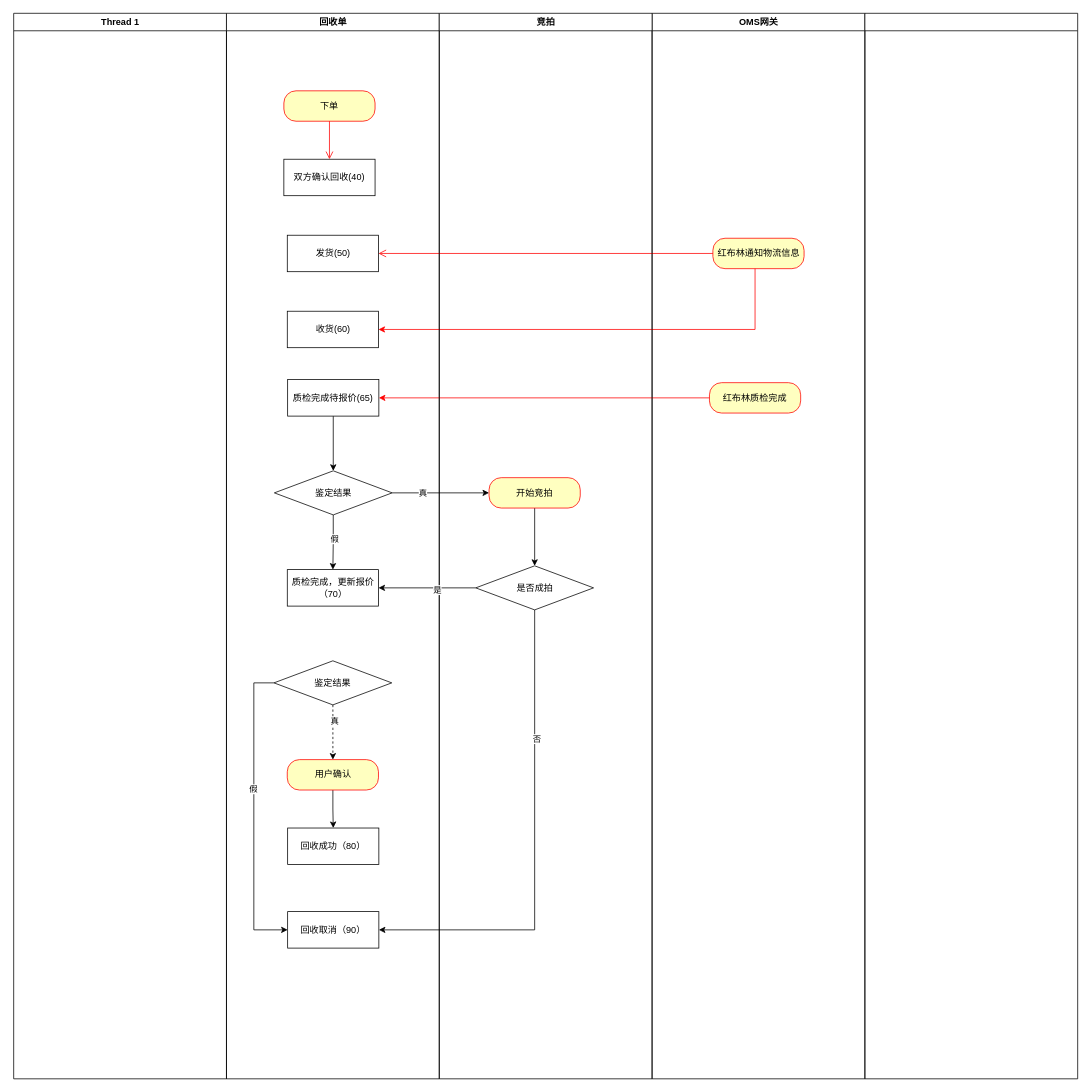
This is c2p/邮寄业务梳理.drawio from liysh5571/zz-uml, a draw.io file, before an edit. Source tidied: cells renumbered, new cells numbered last; positions are measured from the earlier drawing's top-left corner, leaving out a move shared by most shapes. Both pictures are drawn from the tidied source at 76%, with x=0, y=0 at pixel (13, 13).
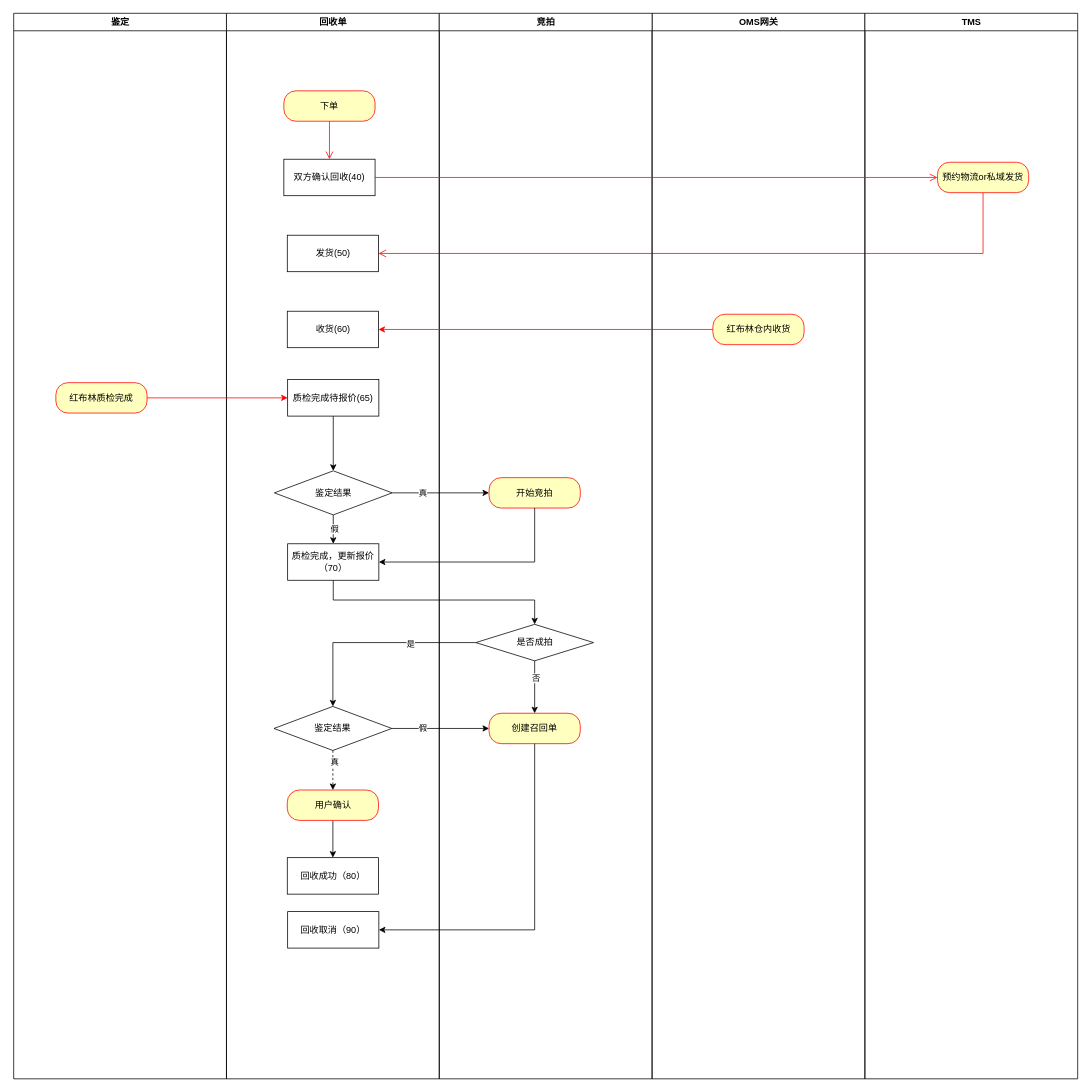
After the change.

Commit message:
更新邮寄业务梳理.drawio

Unchanged cells that the change refers to:
```xml
<mxCell id="3" value="回收单" style="swimlane;whiteSpace=wrap;" parent="1" vertex="1">
  <mxGeometry x="280.5" width="280" height="1402" as="geometry" />
</mxCell>
<mxCell id="4" value="&lt;span style=&quot;text-wrap-mode: nowrap;&quot;&gt;双方确认回收(40)&lt;/span&gt;" style="rounded=0;whiteSpace=wrap;html=1;" parent="3" vertex="1">
  <mxGeometry x="75.5" y="192" width="120" height="48" as="geometry" />
</mxCell>
<mxCell id="5" value="&lt;span style=&quot;text-wrap-mode: nowrap;&quot;&gt;发货(50)&lt;/span&gt;" style="rounded=0;whiteSpace=wrap;html=1;" parent="3" vertex="1">
  <mxGeometry x="80" y="292" width="120" height="48" as="geometry" />
</mxCell>
<mxCell id="6" value="&lt;span style=&quot;text-wrap-mode: nowrap;&quot;&gt;收货(60)&lt;/span&gt;" style="rounded=0;whiteSpace=wrap;html=1;" parent="3" vertex="1">
  <mxGeometry x="80" y="392" width="120" height="48" as="geometry" />
</mxCell>
<mxCell id="8" value="&lt;span style=&quot;text-wrap-mode: nowrap;&quot;&gt;质检完成待报价(65)&lt;/span&gt;" style="rounded=0;whiteSpace=wrap;html=1;" parent="3" vertex="1">
  <mxGeometry x="80.5" y="482" width="120" height="48" as="geometry" />
</mxCell>
<mxCell id="21" value="&lt;span style=&quot;text-wrap-mode: nowrap;&quot;&gt;回收取消（90）&lt;/span&gt;" style="rounded=0;whiteSpace=wrap;html=1;" parent="3" vertex="1">
  <mxGeometry x="80.5" y="1182" width="120" height="48" as="geometry" />
</mxCell>
<mxCell id="22" value="OMS网关" style="swimlane;whiteSpace=wrap;" parent="1" vertex="1">
  <mxGeometry x="840.5" width="280" height="1402" as="geometry" />
</mxCell>
<mxCell id="31" value="竞拍" style="swimlane;whiteSpace=wrap;" parent="1" vertex="1">
  <mxGeometry x="560.5" width="280" height="1402" as="geometry" />
</mxCell>
<mxCell id="33" value="开始竞拍" style="rounded=1;whiteSpace=wrap;html=1;arcSize=40;fontColor=#000000;fillColor=#ffffc0;strokeColor=#ff0000;" parent="31" vertex="1">
  <mxGeometry x="65.5" y="611" width="120" height="40" as="geometry" />
</mxCell>
```

Diff of the diagram source:
```diff
@@
-    <mxCell id="2" value="Thread 1" style="swimlane;whiteSpace=wrap;" parent="1" vertex="1">
+    <mxCell id="2" value="鉴定" style="swimlane;whiteSpace=wrap;" parent="1" vertex="1">
       <mxGeometry x="0.5" width="280" height="1402" as="geometry" />
     </mxCell>
+    <mxCell id="24" value="红布林质检完成" style="rounded=1;whiteSpace=wrap;html=1;arcSize=40;fontColor=#000000;fillColor=#ffffc0;strokeColor=#ff0000;" parent="2" vertex="1">
+      <mxGeometry x="55.5" y="486" width="120" height="40" as="geometry" />
+    </mxCell>
@@
     <mxCell id="9" value="质检完成，更新报价&lt;div&gt;（70）&lt;/div&gt;" style="rounded=0;whiteSpace=wrap;html=1;" parent="3" vertex="1">
-      <mxGeometry x="80" y="732" width="120" height="48" as="geometry" />
+      <mxGeometry x="80.5" y="698" width="120" height="48" as="geometry" />
     </mxCell>
@@
-    <mxCell id="13" style="edgeStyle=orthogonalEdgeStyle;rounded=0;jettySize=auto;html=1;entryX=0;entryY=0.5;entryDx=0;entryDy=0;" parent="3" edge="1" source="15" target="21">
-      <mxGeometry relative="1" as="geometry">
-        <Array as="points">
-          <mxPoint x="36" y="881" />
-          <mxPoint x="36" y="1206" />
-        </Array>
-      </mxGeometry>
-    </mxCell>
-    <mxCell id="14" value="假" style="edgeLabel;html=1;align=center;verticalAlign=middle;" parent="13" vertex="1">
-      <mxGeometry x="-0.16" y="-1" relative="1" as="geometry" />
-    </mxCell>
     <mxCell id="15" value="鉴定结果" style="rhombus;whiteSpace=wrap;html=1;" parent="3" vertex="1">
-      <mxGeometry x="62.5" y="852" width="155" height="58" as="geometry" />
+      <mxGeometry x="62.5" y="912" width="155" height="58" as="geometry" />
     </mxCell>
@@
     <mxCell id="17" value="用户确认" style="rounded=1;whiteSpace=wrap;html=1;arcSize=40;fontColor=#000000;fillColor=#ffffc0;strokeColor=#ff0000;" parent="3" vertex="1">
-      <mxGeometry x="80" y="982" width="120" height="40" as="geometry" />
+      <mxGeometry x="80" y="1022" width="120" height="40" as="geometry" />
     </mxCell>
@@
     <mxCell id="20" value="&lt;span style=&quot;text-wrap-mode: nowrap;&quot;&gt;回收成功（80）&lt;/span&gt;" style="rounded=0;whiteSpace=wrap;html=1;" parent="3" vertex="1">
-      <mxGeometry x="80.5" y="1072" width="120" height="48" as="geometry" />
+      <mxGeometry x="80" y="1111" width="120" height="48" as="geometry" />
     </mxCell>
@@
-    <mxCell id="23" value="红布林通知物流信息" style="rounded=1;whiteSpace=wrap;html=1;arcSize=40;fontColor=#000000;fillColor=#ffffc0;strokeColor=#ff0000;" parent="22" vertex="1">
-      <mxGeometry x="80" y="296" width="120" height="40" as="geometry" />
+    <mxCell id="23" value="红布林仓内收货" style="rounded=1;whiteSpace=wrap;html=1;arcSize=40;fontColor=#000000;fillColor=#ffffc0;strokeColor=#ff0000;" parent="22" vertex="1">
+      <mxGeometry x="80" y="396" width="120" height="40" as="geometry" />
     </mxCell>
-    <mxCell id="24" value="红布林质检完成" style="rounded=1;whiteSpace=wrap;html=1;arcSize=40;fontColor=#000000;fillColor=#ffffc0;strokeColor=#ff0000;" parent="22" vertex="1">
-      <mxGeometry x="75.5" y="486" width="120" height="40" as="geometry" />
-    </mxCell>
@@
-    <mxCell id="27" style="edgeStyle=orthogonalEdgeStyle;html=1;verticalAlign=bottom;endArrow=open;endSize=8;strokeColor=#ff0000;rounded=0;entryX=1;entryY=0.5;entryDx=0;entryDy=0;" parent="1" edge="1" source="23" target="5">
+    <mxCell id="27" style="edgeStyle=orthogonalEdgeStyle;html=1;verticalAlign=bottom;endArrow=open;endSize=8;strokeColor=#ff0000;rounded=0;entryX=1;entryY=0.5;entryDx=0;entryDy=0;exitX=0.5;exitY=1;exitDx=0;exitDy=0;" parent="1" edge="1" source="41" target="5">
       <mxGeometry relative="1" as="geometry" />
     </mxCell>
-    <mxCell id="28" style="edgeStyle=orthogonalEdgeStyle;rounded=0;jettySize=auto;html=1;entryX=1;entryY=0.5;entryDx=0;entryDy=0;strokeColor=#FF0000;" parent="1" edge="1" source="23" target="6">
-      <mxGeometry relative="1" as="geometry">
-        <Array as="points">
-          <mxPoint x="976" y="416" />
-        </Array>
-      </mxGeometry>
-    </mxCell>
-    <mxCell id="29" style="edgeStyle=orthogonalEdgeStyle;rounded=0;jettySize=auto;html=1;exitX=0;exitY=0.5;exitDx=0;exitDy=0;strokeColor=#FF0000;" parent="1" edge="1" source="24" target="8">
+    <mxCell id="29" style="edgeStyle=orthogonalEdgeStyle;rounded=0;jettySize=auto;html=1;exitX=1;exitY=0.5;exitDx=0;exitDy=0;strokeColor=#FF0000;" parent="1" edge="1" source="24" target="8">
       <mxGeometry relative="1" as="geometry" />
     </mxCell>
-    <mxCell id="30" style="swimlane;whiteSpace=wrap;" parent="1" vertex="1">
+    <mxCell id="30" value="TMS" style="swimlane;whiteSpace=wrap;" parent="1" vertex="1">
       <mxGeometry x="1120.5" width="280" height="1402" as="geometry" />
     </mxCell>
+    <mxCell id="41" value="预约物流or私域发货" style="rounded=1;whiteSpace=wrap;html=1;arcSize=40;fontColor=#000000;fillColor=#ffffc0;strokeColor=#ff0000;" parent="30" vertex="1">
+      <mxGeometry x="95.5" y="196" width="120" height="40" as="geometry" />
+    </mxCell>
@@
-    <mxCell id="32" style="edgeStyle=orthogonalEdgeStyle;rounded=0;jettySize=auto;html=1;entryX=0.5;entryY=0;entryDx=0;entryDy=0;" parent="31" edge="1" source="33" target="34">
-      <mxGeometry relative="1" as="geometry" />
-    </mxCell>
@@
     <mxCell id="34" value="是否成拍" style="rhombus;whiteSpace=wrap;html=1;" parent="31" vertex="1">
-      <mxGeometry x="48" y="727" width="155" height="58" as="geometry" />
+      <mxGeometry x="48" y="804" width="155" height="48" as="geometry" />
     </mxCell>
+    <mxCell id="42" value="创建召回单" style="rounded=1;whiteSpace=wrap;html=1;arcSize=40;fontColor=#000000;fillColor=#ffffc0;strokeColor=#ff0000;" parent="31" vertex="1">
+      <mxGeometry x="65.5" y="921" width="120" height="40" as="geometry" />
+    </mxCell>
+    <mxCell id="43" style="edgeStyle=orthogonalEdgeStyle;rounded=0;jettySize=auto;html=1;entryX=0.5;entryY=0;entryDx=0;entryDy=0;exitX=0.5;exitY=1;exitDx=0;exitDy=0;" parent="31" edge="1" source="34" target="42">
+      <mxGeometry relative="1" as="geometry" />
+    </mxCell>
+    <mxCell id="40" value="否" style="edgeLabel;html=1;align=center;verticalAlign=middle;" parent="43" vertex="1">
+      <mxGeometry x="-0.37" y="1" relative="1" as="geometry" />
+    </mxCell>
@@
-    <mxCell id="37" style="edgeStyle=orthogonalEdgeStyle;rounded=0;jettySize=auto;html=1;entryX=1;entryY=0.5;entryDx=0;entryDy=0;" parent="1" edge="1" source="34" target="9">
-      <mxGeometry relative="1" as="geometry" />
-    </mxCell>
+    <mxCell id="39" style="edgeStyle=orthogonalEdgeStyle;rounded=0;jettySize=auto;html=1;entryX=1;entryY=0.5;entryDx=0;entryDy=0;exitX=0.5;exitY=1;exitDx=0;exitDy=0;" parent="1" edge="1" source="42" target="21">
+      <mxGeometry relative="1" as="geometry">
+        <Array as="points">
+          <mxPoint x="686" y="1206" />
+        </Array>
+      </mxGeometry>
+    </mxCell>
+    <mxCell id="32" style="edgeStyle=orthogonalEdgeStyle;rounded=0;jettySize=auto;html=1;entryX=1;entryY=0.5;entryDx=0;entryDy=0;" parent="1" edge="1" source="33" target="9">
+      <mxGeometry relative="1" as="geometry">
+        <Array as="points">
+          <mxPoint x="686" y="722" />
+        </Array>
+      </mxGeometry>
+    </mxCell>
+    <mxCell id="44" style="edgeStyle=orthogonalEdgeStyle;html=1;verticalAlign=bottom;endArrow=open;endSize=8;strokeColor=#ff0000;rounded=0;exitX=1;exitY=0.5;exitDx=0;exitDy=0;entryX=0;entryY=0.5;entryDx=0;entryDy=0;" parent="1" edge="1" source="4" target="41">
+      <mxGeometry relative="1" as="geometry" />
+    </mxCell>
+    <mxCell id="28" style="edgeStyle=orthogonalEdgeStyle;rounded=0;jettySize=auto;html=1;exitX=0;exitY=0.5;exitDx=0;exitDy=0;strokeColor=#FF0000;entryX=1;entryY=0.5;entryDx=0;entryDy=0;" parent="1" edge="1" source="23" target="6">
+      <mxGeometry relative="1" as="geometry" />
+    </mxCell>
+    <mxCell id="45" style="edgeStyle=orthogonalEdgeStyle;rounded=0;jettySize=auto;html=1;exitX=0;exitY=0.5;exitDx=0;exitDy=0;entryX=0.5;entryY=0;entryDx=0;entryDy=0;" parent="1" edge="1" source="34" target="15">
+      <mxGeometry relative="1" as="geometry" />
+    </mxCell>
-    <mxCell id="38" value="是" style="edgeLabel;html=1;align=center;verticalAlign=middle;" parent="37" vertex="1">
-      <mxGeometry x="-0.2" y="2" relative="1" as="geometry" />
+    <mxCell id="38" value="是" style="edgeLabel;html=1;align=center;verticalAlign=middle;" parent="45" vertex="1">
+      <mxGeometry x="-0.37" y="1" relative="1" as="geometry" />
     </mxCell>
-    <mxCell id="39" style="edgeStyle=orthogonalEdgeStyle;rounded=0;jettySize=auto;html=1;entryX=1;entryY=0.5;entryDx=0;entryDy=0;" parent="1" edge="1" source="34" target="21">
-      <mxGeometry relative="1" as="geometry">
-        <Array as="points">
-          <mxPoint x="686" y="1206" />
-        </Array>
-      </mxGeometry>
-    </mxCell>
-    <mxCell id="40" value="否" style="edgeLabel;html=1;align=center;verticalAlign=middle;" parent="39" vertex="1">
-      <mxGeometry x="-0.46" y="2" relative="1" as="geometry" />
-    </mxCell>
+    <mxCell id="46" style="edgeStyle=orthogonalEdgeStyle;rounded=0;jettySize=auto;html=1;exitX=0.5;exitY=1;exitDx=0;exitDy=0;" parent="1" edge="1" source="9" target="34">
+      <mxGeometry relative="1" as="geometry">
+        <Array as="points">
+          <mxPoint x="421" y="772" />
+          <mxPoint x="686" y="772" />
+        </Array>
+      </mxGeometry>
+    </mxCell>
+    <mxCell id="47" style="edgeStyle=orthogonalEdgeStyle;rounded=0;jettySize=auto;html=1;entryX=0;entryY=0.5;entryDx=0;entryDy=0;exitX=1;exitY=0.5;exitDx=0;exitDy=0;" parent="1" edge="1" source="15" target="42">
+      <mxGeometry relative="1" as="geometry" />
+    </mxCell>
+    <mxCell id="14" value="假" style="edgeLabel;html=1;align=center;verticalAlign=middle;" parent="47" vertex="1">
+      <mxGeometry x="-0.37" y="1" relative="1" as="geometry" />
+    </mxCell>
```
